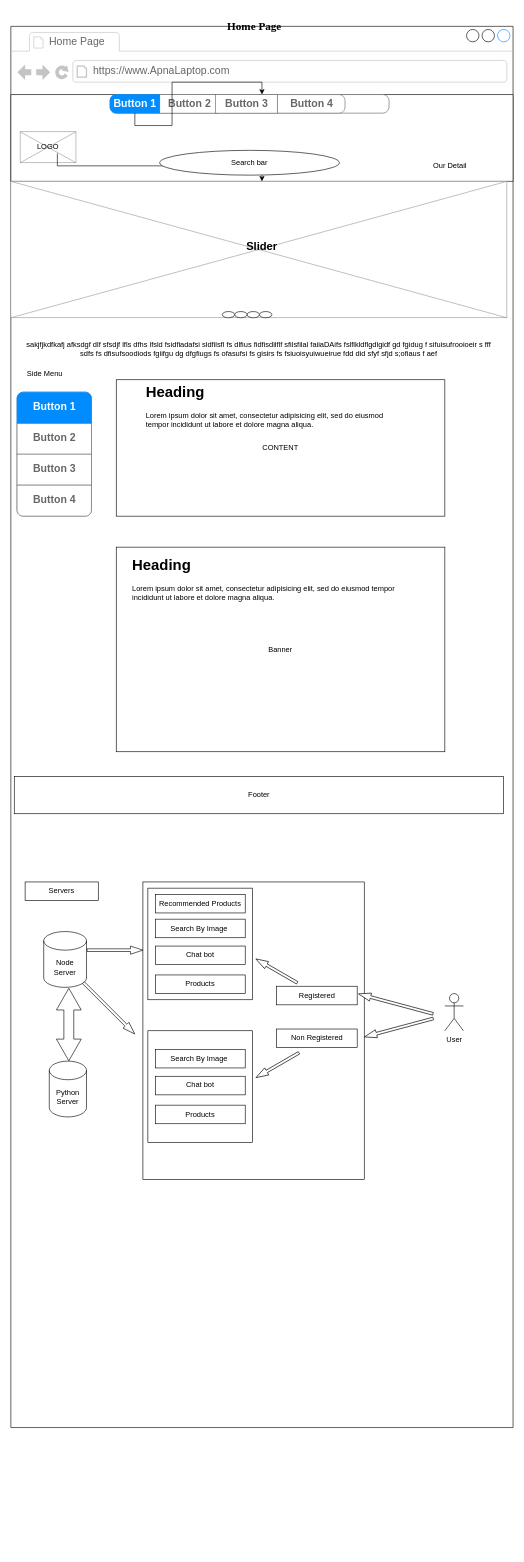
Before: HomePage.drawio in Hamza8479/Wireframe, a draw.io diagram. Source tidied: cells renumbered, new cells numbered last; positions are measured from the earlier drawing's top-left corner, leaving out a move shared by most shapes. Both pictures are drawn from the tidied source at 62%, with x=0, y=0 at pixel (11, 20).
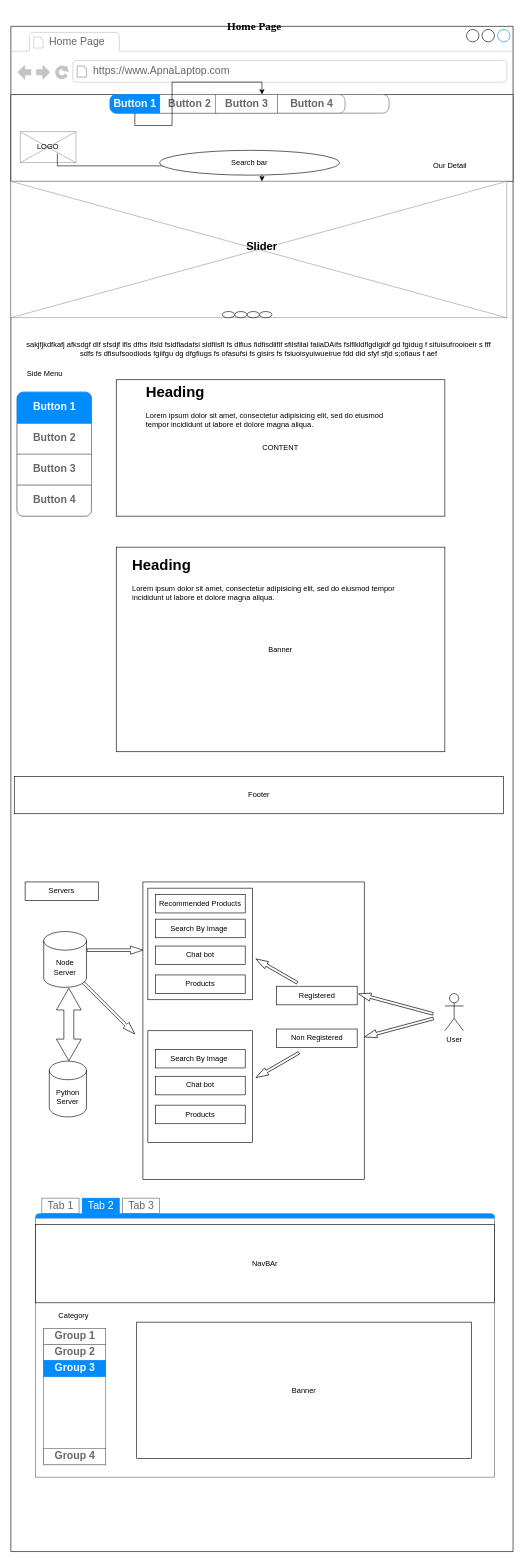
Above is the later version.

The edit, as a diff of the source:
```diff
@@
     <mxCell id="2" style="strokeWidth=1;shadow=0;dashed=0;align=center;html=1;shape=mxgraph.mockup.containers.browserWindow;rSize=0;strokeColor2=#008cff;strokeColor3=#c4c4c4;mainText=,;" parent="1" vertex="1">
-      <mxGeometry y="10" width="810" height="2260" as="geometry" />
+      <mxGeometry y="10" width="810" height="2460" as="geometry" />
     </mxCell>
@@
+    <mxCell id="60" style="strokeWidth=1;shadow=0;dashed=0;align=center;html=1;shape=mxgraph.mockup.containers.marginRect2;rectMarginTop=32;strokeColor=#666666;gradientColor=none;" parent="2" vertex="1">
+      <mxGeometry x="40" y="1890" width="740" height="450" as="geometry" />
+    </mxCell>
+    <mxCell id="61" value="Tab 1" style="strokeColor=inherit;fillColor=inherit;gradientColor=inherit;strokeWidth=1;shadow=0;dashed=0;align=center;html=1;shape=mxgraph.mockup.containers.rrect;rSize=0;fontSize=17;fontColor=#666666;gradientColor=none;" parent="60" vertex="1">
+      <mxGeometry width="60" height="25" relative="1" as="geometry">
+        <mxPoint x="10" as="offset" />
+      </mxGeometry>
+    </mxCell>
+    <mxCell id="62" value="Tab 2" style="strokeWidth=1;shadow=0;dashed=0;align=center;html=1;shape=mxgraph.mockup.containers.rrect;rSize=0;fontSize=17;fontColor=#ffffff;strokeColor=#008cff;fillColor=#008cff;" parent="60" vertex="1">
+      <mxGeometry width="60" height="25" relative="1" as="geometry">
+        <mxPoint x="75" as="offset" />
+      </mxGeometry>
+    </mxCell>
+    <mxCell id="63" value="Tab 3" style="strokeColor=inherit;fillColor=inherit;gradientColor=inherit;strokeWidth=1;shadow=0;dashed=0;align=center;html=1;shape=mxgraph.mockup.containers.rrect;rSize=0;fontSize=17;fontColor=#666666;gradientColor=none;" parent="60" vertex="1">
+      <mxGeometry width="60" height="25" relative="1" as="geometry">
+        <mxPoint x="140" as="offset" />
+      </mxGeometry>
+    </mxCell>
+    <mxCell id="64" style="strokeWidth=1;shadow=0;dashed=0;align=center;html=1;shape=mxgraph.mockup.containers.topButton;rSize=5;strokeColor=#008cff;fillColor=#008cff;gradientColor=none;" parent="60" vertex="1">
+      <mxGeometry width="740" height="7" relative="1" as="geometry">
+        <mxPoint y="25" as="offset" />
+      </mxGeometry>
+    </mxCell>
+    <mxCell id="65" value="NavBAr" style="rounded=0;whiteSpace=wrap;html=1;" parent="60" vertex="1">
+      <mxGeometry y="42.2" width="740" height="126.6" as="geometry" />
+    </mxCell>
+    <mxCell id="66" style="strokeWidth=1;shadow=0;dashed=0;align=center;html=1;shape=mxgraph.mockup.containers.rrect;rSize=0;strokeColor=#666666;" parent="60" vertex="1">
+      <mxGeometry x="13" y="210" width="100" height="220" as="geometry" />
+    </mxCell>
+    <mxCell id="67" value="Group 1" style="strokeColor=inherit;fillColor=inherit;gradientColor=inherit;strokeWidth=1;shadow=0;dashed=0;align=center;html=1;shape=mxgraph.mockup.containers.rrect;rSize=0;fontSize=17;fontColor=#666666;fontStyle=1;" parent="66" vertex="1">
+      <mxGeometry width="100" height="26" relative="1" as="geometry" />
+    </mxCell>
+    <mxCell id="68" value="Group 2" style="strokeColor=inherit;fillColor=inherit;gradientColor=inherit;strokeWidth=1;shadow=0;dashed=0;align=center;html=1;shape=mxgraph.mockup.containers.rrect;rSize=0;fontSize=17;fontColor=#666666;fontStyle=1;" parent="66" vertex="1">
+      <mxGeometry width="100" height="26" relative="1" as="geometry">
+        <mxPoint y="26" as="offset" />
+      </mxGeometry>
+    </mxCell>
+    <mxCell id="69" value="Group 3" style="strokeWidth=1;shadow=0;dashed=0;align=center;html=1;shape=mxgraph.mockup.containers.rrect;rSize=0;fontSize=17;fontColor=#ffffff;fontStyle=1;fillColor=#008cff;strokeColor=#008cff;" parent="66" vertex="1">
+      <mxGeometry width="100" height="26" relative="1" as="geometry">
+        <mxPoint y="52" as="offset" />
+      </mxGeometry>
+    </mxCell>
+    <mxCell id="70" value="Group 4" style="strokeColor=inherit;fillColor=inherit;gradientColor=inherit;strokeWidth=1;shadow=0;dashed=0;align=center;html=1;shape=mxgraph.mockup.containers.rrect;rSize=0;fontSize=17;fontColor=#666666;fontStyle=1;" parent="66" vertex="1">
+      <mxGeometry y="1" width="100" height="26" relative="1" as="geometry">
+        <mxPoint y="-26" as="offset" />
+      </mxGeometry>
+    </mxCell>
+    <mxCell id="71" value="Category" style="text;html=1;strokeColor=none;fillColor=none;align=center;verticalAlign=middle;whiteSpace=wrap;rounded=0;" parent="60" vertex="1">
+      <mxGeometry x="13" y="180" width="97" height="20" as="geometry" />
+    </mxCell>
@@
+    <mxCell id="72" value="Banner" style="rounded=0;whiteSpace=wrap;html=1;" parent="1" vertex="1">
+      <mxGeometry x="203" y="2100" width="540" height="220" as="geometry" />
+    </mxCell>
```
